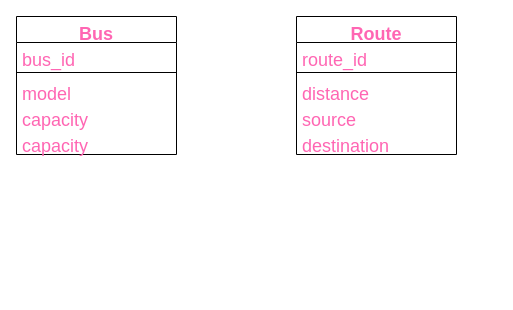
Above: page "Tables" (3 of 4) of Transport_Company.drawio in Queeen520/DATABASE_PLANNING (draw.io), before the change. Source tidied: cells renumbered, new cells numbered last; positions are measured from the earlier drawing's top-left corner, leaving out a move shared by most shapes. Both pictures are drawn from the tidied source at 100%, with x=0, y=0 at pixel (16, 16).
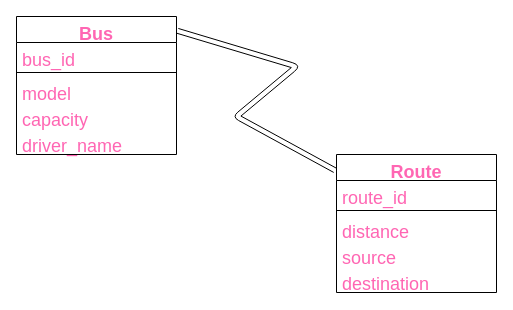
The same page after the edit.

Change to the diagram source:
```diff
@@
 <mxGraphModel>
   <root>
     <mxCell id="0" />
     <mxCell id="1" parent="0" />
     <mxCell id="2" value="Bus" style="swimlane;fontStyle=1;align=center;verticalAlign=top;horizontal=1;startSize=26;fontSize=18;fontColor=#FF66B3;" parent="1" vertex="1">
       <mxGeometry width="160" height="138" as="geometry" />
     </mxCell>
     <mxCell id="3" value="bus_id" style="text;strokeColor=none;fillColor=none;align=left;verticalAlign=top;spacingLeft=4;spacingRight=4;overflow=hidden;fontSize=18;fontColor=#FF66B3;" parent="2" vertex="1">
       <mxGeometry y="26" width="160" height="26" as="geometry" />
     </mxCell>
     <mxCell id="4" style="line;strokeWidth=1;fillColor=none;align=left;verticalAlign=middle;spacingTop=-1;spacingLeft=3;spacingRight=3;labelPosition=right;fontSize=18;fontColor=#FF66B3;" parent="2" vertex="1">
       <mxGeometry y="52" width="160" height="8" as="geometry" />
     </mxCell>
     <mxCell id="5" value="model" style="text;strokeColor=none;fillColor=none;align=left;verticalAlign=top;spacingLeft=4;spacingRight=4;overflow=hidden;fontSize=18;fontColor=#FF66B3;" parent="2" vertex="1">
       <mxGeometry y="60" width="160" height="26" as="geometry" />
     </mxCell>
     <mxCell id="6" value="capacity" style="text;strokeColor=none;fillColor=none;align=left;verticalAlign=top;spacingLeft=4;spacingRight=4;overflow=hidden;fontSize=18;fontColor=#FF66B3;" parent="2" vertex="1">
       <mxGeometry y="86" width="160" height="26" as="geometry" />
     </mxCell>
-    <mxCell id="7" value="capacity" style="text;strokeColor=none;fillColor=none;align=left;verticalAlign=top;spacingLeft=4;spacingRight=4;overflow=hidden;fontSize=18;fontColor=#FF66B3;" parent="2" vertex="1">
+    <mxCell id="7" value="driver_name" style="text;strokeColor=none;fillColor=none;align=left;verticalAlign=top;spacingLeft=4;spacingRight=4;overflow=hidden;fontSize=18;fontColor=#FF66B3;" parent="2" vertex="1">
       <mxGeometry y="112" width="160" height="26" as="geometry" />
     </mxCell>
     <mxCell id="8" value="Route" style="swimlane;fontStyle=1;align=center;verticalAlign=top;horizontal=1;startSize=26;fontSize=18;fontColor=#FF66B3;" parent="1" vertex="1">
-      <mxGeometry x="280" width="160" height="138" as="geometry" />
+      <mxGeometry x="320" y="138" width="160" height="138" as="geometry" />
     </mxCell>
     <mxCell id="9" value="route_id" style="text;strokeColor=none;fillColor=none;align=left;verticalAlign=top;spacingLeft=4;spacingRight=4;overflow=hidden;fontSize=18;fontColor=#FF66B3;" parent="8" vertex="1">
       <mxGeometry y="26" width="160" height="26" as="geometry" />
     </mxCell>
     <mxCell id="10" style="line;strokeWidth=1;fillColor=none;align=left;verticalAlign=middle;spacingTop=-1;spacingLeft=3;spacingRight=3;labelPosition=right;fontSize=18;fontColor=#FF66B3;" parent="8" vertex="1">
       <mxGeometry y="52" width="160" height="8" as="geometry" />
     </mxCell>
     <mxCell id="11" value="distance" style="text;strokeColor=none;fillColor=none;align=left;verticalAlign=top;spacingLeft=4;spacingRight=4;overflow=hidden;fontSize=18;fontColor=#FF66B3;" parent="8" vertex="1">
       <mxGeometry y="60" width="160" height="26" as="geometry" />
     </mxCell>
     <mxCell id="12" value="source" style="text;strokeColor=none;fillColor=none;align=left;verticalAlign=top;spacingLeft=4;spacingRight=4;overflow=hidden;fontSize=18;fontColor=#FF66B3;" parent="8" vertex="1">
       <mxGeometry y="86" width="160" height="26" as="geometry" />
     </mxCell>
     <mxCell id="13" value="destination" style="text;strokeColor=none;fillColor=none;align=left;verticalAlign=top;spacingLeft=4;spacingRight=4;overflow=hidden;fontSize=18;fontColor=#FF66B3;" parent="8" vertex="1">
       <mxGeometry y="112" width="160" height="26" as="geometry" />
     </mxCell>
+    <mxCell id="14" style="endArrow=classic;html=1;fontSize=18;fontColor=#FF66B3;entryX=-0.01;entryY=0.114;entryDx=0;entryDy=0;entryPerimeter=0;exitX=1.007;exitY=0.104;exitDx=0;exitDy=0;exitPerimeter=0;shape=link;width=5;" parent="1" edge="1" source="2" target="8">
+      <mxGeometry relative="1" as="geometry">
+        <Array as="points">
+          <mxPoint x="280" y="50" />
+          <mxPoint x="220" y="100" />
+        </Array>
+      </mxGeometry>
+    </mxCell>
   </root>
 </mxGraphModel>
```
